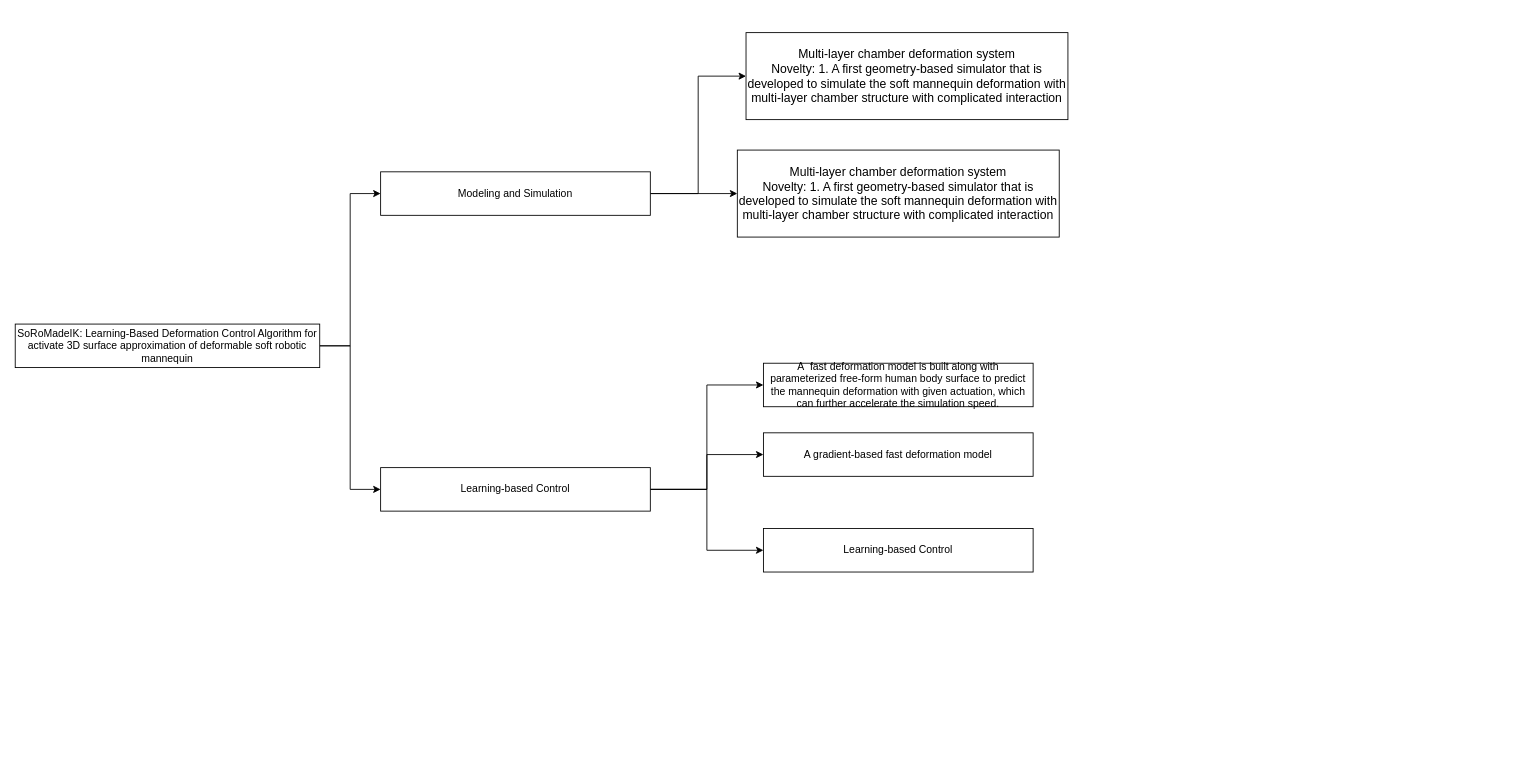
The draw.io diagram Untitled Diagram.drawio in YingGwan/TyporaUploadImg, before the edit. Source tidied: cells renumbered, new cells numbered last; positions are measured from the earlier drawing's top-left corner, leaving out a move shared by most shapes. Both pictures are drawn from the tidied source at 87%, with x=0, y=0 at pixel (15, 32).
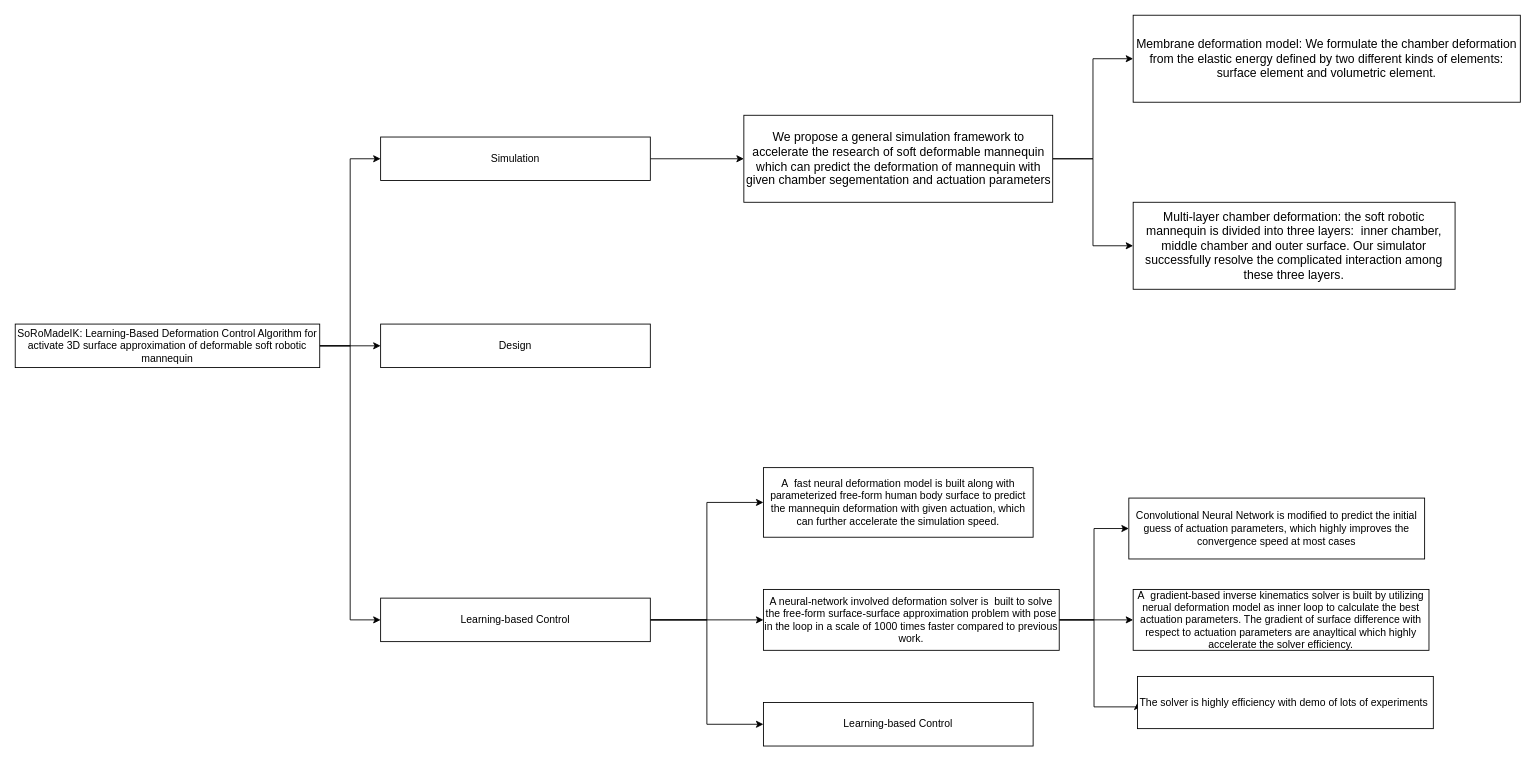
The same diagram, later.

Unchanged cells that the change refers to:
```xml
<mxCell id="4" value="SoRoMadeIK: Learning-Based Deformation Control Algorithm for activate 3D surface approximation of deformable soft robotic mannequin" style="rounded=0;whiteSpace=wrap;html=1;" parent="1" vertex="1">
  <mxGeometry y="335" width="350" height="50" as="geometry" />
</mxCell>
```

What changed in the source:
```diff
@@
     <mxCell id="3" style="edgeStyle=orthogonalEdgeStyle;rounded=0;jettySize=auto;html=1;exitX=1;exitY=0.5;exitDx=0;exitDy=0;entryX=0;entryY=0.5;entryDx=0;entryDy=0;" parent="1" edge="1" source="4" target="13">
-      <mxGeometry relative="1" as="geometry" />
+      <mxGeometry relative="1" as="geometry">
+        <Array as="points">
+          <mxPoint x="385" y="360" />
+          <mxPoint x="385" y="675" />
+        </Array>
+      </mxGeometry>
     </mxCell>
+    <mxCell id="17" style="edgeStyle=orthogonalEdgeStyle;rounded=0;jettySize=auto;html=1;exitX=1;exitY=0.5;exitDx=0;exitDy=0;entryX=0;entryY=0.5;entryDx=0;entryDy=0;" parent="1" edge="1" source="4" target="28">
+      <mxGeometry relative="1" as="geometry" />
+    </mxCell>
@@
-    <mxCell id="5" value="&lt;font style=&quot;font-size: 14px;&quot;&gt;Multi-layer chamber deformation system&lt;br&gt;Novelty: 1. A first geometry-based simulator that is developed to simulate the soft mannequin deformation with multi-layer chamber structure with complicated interaction&lt;/font&gt;" style="rounded=0;whiteSpace=wrap;html=1;" parent="1" vertex="1">
-      <mxGeometry x="840" width="370" height="100" as="geometry" />
-    </mxCell>
-    <mxCell id="6" style="edgeStyle=orthogonalEdgeStyle;rounded=0;jettySize=auto;html=1;entryX=0;entryY=0.5;entryDx=0;entryDy=0;" parent="1" edge="1" source="8" target="5">
-      <mxGeometry relative="1" as="geometry" />
-    </mxCell>
-    <mxCell id="7" style="edgeStyle=orthogonalEdgeStyle;rounded=0;jettySize=auto;html=1;exitX=1;exitY=0.5;exitDx=0;exitDy=0;entryX=0;entryY=0.5;entryDx=0;entryDy=0;" parent="1" edge="1" source="8" target="9">
-      <mxGeometry relative="1" as="geometry" />
-    </mxCell>
+    <mxCell id="18" style="edgeStyle=orthogonalEdgeStyle;rounded=0;jettySize=auto;html=1;exitX=1;exitY=0.5;exitDx=0;exitDy=0;entryX=0;entryY=0.5;entryDx=0;entryDy=0;" parent="1" edge="1" source="8" target="27">
+      <mxGeometry relative="1" as="geometry" />
+    </mxCell>
-    <mxCell id="8" value="Modeling and Simulation" style="rounded=0;whiteSpace=wrap;html=1;" parent="1" vertex="1">
-      <mxGeometry x="420" y="160" width="310" height="50" as="geometry" />
+    <mxCell id="8" value="Simulation" style="rounded=0;whiteSpace=wrap;html=1;" parent="1" vertex="1">
+      <mxGeometry x="420" y="120" width="310" height="50" as="geometry" />
     </mxCell>
-    <mxCell id="9" value="&lt;font style=&quot;font-size: 14px;&quot;&gt;Multi-layer chamber deformation system&lt;br&gt;Novelty: 1. A first geometry-based simulator that is developed to simulate the soft mannequin deformation with multi-layer chamber structure with complicated interaction&lt;/font&gt;" style="rounded=0;whiteSpace=wrap;html=1;" parent="1" vertex="1">
-      <mxGeometry x="830" y="135" width="370" height="100" as="geometry" />
-    </mxCell>
@@
     <mxCell id="13" value="Learning-based Control" style="rounded=0;whiteSpace=wrap;html=1;" parent="1" vertex="1">
-      <mxGeometry x="420" y="500" width="310" height="50" as="geometry" />
+      <mxGeometry x="420" y="650" width="310" height="50" as="geometry" />
     </mxCell>
-    <mxCell id="14" value="A&amp;nbsp; fast deformation model is built along with parameterized free-form human body surface to predict the mannequin deformation with given actuation, which can further accelerate the simulation speed." style="rounded=0;whiteSpace=wrap;html=1;" parent="1" vertex="1">
-      <mxGeometry x="860" y="380" width="310" height="50" as="geometry" />
+    <mxCell id="14" value="A&amp;nbsp; fast neural deformation model is built along with parameterized free-form human body surface to predict the mannequin deformation with given actuation, which can further accelerate the simulation speed." style="rounded=0;whiteSpace=wrap;html=1;" parent="1" vertex="1">
+      <mxGeometry x="860" y="500" width="310" height="80" as="geometry" />
     </mxCell>
+    <mxCell id="19" style="edgeStyle=orthogonalEdgeStyle;rounded=0;jettySize=auto;html=1;exitX=1;exitY=0.5;exitDx=0;exitDy=0;entryX=0;entryY=0.5;entryDx=0;entryDy=0;" parent="1" edge="1" source="15" target="22">
+      <mxGeometry relative="1" as="geometry" />
+    </mxCell>
+    <mxCell id="20" style="edgeStyle=orthogonalEdgeStyle;rounded=0;jettySize=auto;html=1;exitX=1;exitY=0.5;exitDx=0;exitDy=0;entryX=0;entryY=0.5;entryDx=0;entryDy=0;" parent="1" edge="1" source="15" target="23">
+      <mxGeometry relative="1" as="geometry" />
+    </mxCell>
+    <mxCell id="21" style="edgeStyle=orthogonalEdgeStyle;rounded=0;jettySize=auto;html=1;exitX=1;exitY=0.5;exitDx=0;exitDy=0;entryX=0;entryY=0.5;entryDx=0;entryDy=0;" parent="1" edge="1" source="15" target="24">
+      <mxGeometry relative="1" as="geometry">
+        <Array as="points">
+          <mxPoint x="1240" y="675" />
+          <mxPoint x="1240" y="775" />
+        </Array>
+      </mxGeometry>
+    </mxCell>
-    <mxCell id="15" value="A gradient-based fast deformation model" style="rounded=0;whiteSpace=wrap;html=1;" parent="1" vertex="1">
-      <mxGeometry x="860" y="460" width="310" height="50" as="geometry" />
+    <mxCell id="15" value="A neural-network involved deformation solver is&amp;nbsp; built to solve the free-form surface-surface approximation problem with pose in the loop in a scale of 1000 times faster compared to previous work." style="rounded=0;whiteSpace=wrap;html=1;" parent="1" vertex="1">
+      <mxGeometry x="860" y="640" width="340" height="70" as="geometry" />
     </mxCell>
     <mxCell id="16" value="Learning-based Control" style="rounded=0;whiteSpace=wrap;html=1;" parent="1" vertex="1">
-      <mxGeometry x="860" y="570" width="310" height="50" as="geometry" />
+      <mxGeometry x="860" y="770" width="310" height="50" as="geometry" />
     </mxCell>
+    <mxCell id="22" value="Convolutional Neural Network is modified to predict the initial guess of actuation parameters, which highly improves the convergence speed at most cases" style="rounded=0;whiteSpace=wrap;html=1;" parent="1" vertex="1">
+      <mxGeometry x="1280" y="535" width="340" height="70" as="geometry" />
+    </mxCell>
+    <mxCell id="23" value="A&amp;nbsp; gradient-based inverse kinematics solver is built by utilizing nerual deformation model as inner loop to calculate the best actuation parameters. The gradient of surface difference with respect to actuation parameters are anayltical which highly accelerate the solver efficiency." style="rounded=0;whiteSpace=wrap;html=1;" parent="1" vertex="1">
+      <mxGeometry x="1285" y="640" width="340" height="70" as="geometry" />
+    </mxCell>
+    <mxCell id="24" value="The solver is highly efficiency with demo of lots of experiments&amp;nbsp;" style="rounded=0;whiteSpace=wrap;html=1;" parent="1" vertex="1">
+      <mxGeometry x="1290" y="740" width="340" height="60" as="geometry" />
+    </mxCell>
+    <mxCell id="25" style="edgeStyle=orthogonalEdgeStyle;rounded=0;jettySize=auto;html=1;entryX=0;entryY=0.5;entryDx=0;entryDy=0;" parent="1" edge="1" source="27" target="29">
+      <mxGeometry relative="1" as="geometry" />
+    </mxCell>
+    <mxCell id="26" style="edgeStyle=orthogonalEdgeStyle;rounded=0;jettySize=auto;html=1;exitX=1;exitY=0.5;exitDx=0;exitDy=0;entryX=0;entryY=0.5;entryDx=0;entryDy=0;" parent="1" edge="1" source="27" target="30">
+      <mxGeometry relative="1" as="geometry" />
+    </mxCell>
+    <mxCell id="27" value="&lt;span style=&quot;font-size: 14px;&quot;&gt;We propose a general simulation framework to accelerate the research of soft deformable mannequin which can predict the deformation of mannequin with given chamber segementation and actuation parameters&lt;/span&gt;" style="rounded=0;whiteSpace=wrap;html=1;" parent="1" vertex="1">
+      <mxGeometry x="837.5" y="95" width="355" height="100" as="geometry" />
+    </mxCell>
+    <mxCell id="28" value="Design" style="rounded=0;whiteSpace=wrap;html=1;" parent="1" vertex="1">
+      <mxGeometry x="420" y="335" width="310" height="50" as="geometry" />
+    </mxCell>
+    <mxCell id="29" value="&lt;span style=&quot;font-size: 14px;&quot;&gt;Membrane deformation model: We formulate the chamber deformation from the elastic energy defined by two different kinds of elements: surface element and volumetric element.&lt;/span&gt;" style="rounded=0;whiteSpace=wrap;html=1;" parent="1" vertex="1">
+      <mxGeometry x="1285" y="-20" width="445" height="100" as="geometry" />
+    </mxCell>
+    <mxCell id="30" value="&lt;font style=&quot;font-size: 14px;&quot;&gt;Multi-layer chamber deformation: the soft robotic mannequin is divided into three layers:&amp;nbsp; inner chamber, middle chamber and&amp;nbsp;outer surface. Our simulator successfully resolve the complicated interaction among these three layers.&lt;/font&gt;" style="rounded=0;whiteSpace=wrap;html=1;" parent="1" vertex="1">
+      <mxGeometry x="1285" y="195" width="370" height="100" as="geometry" />
+    </mxCell>
```
